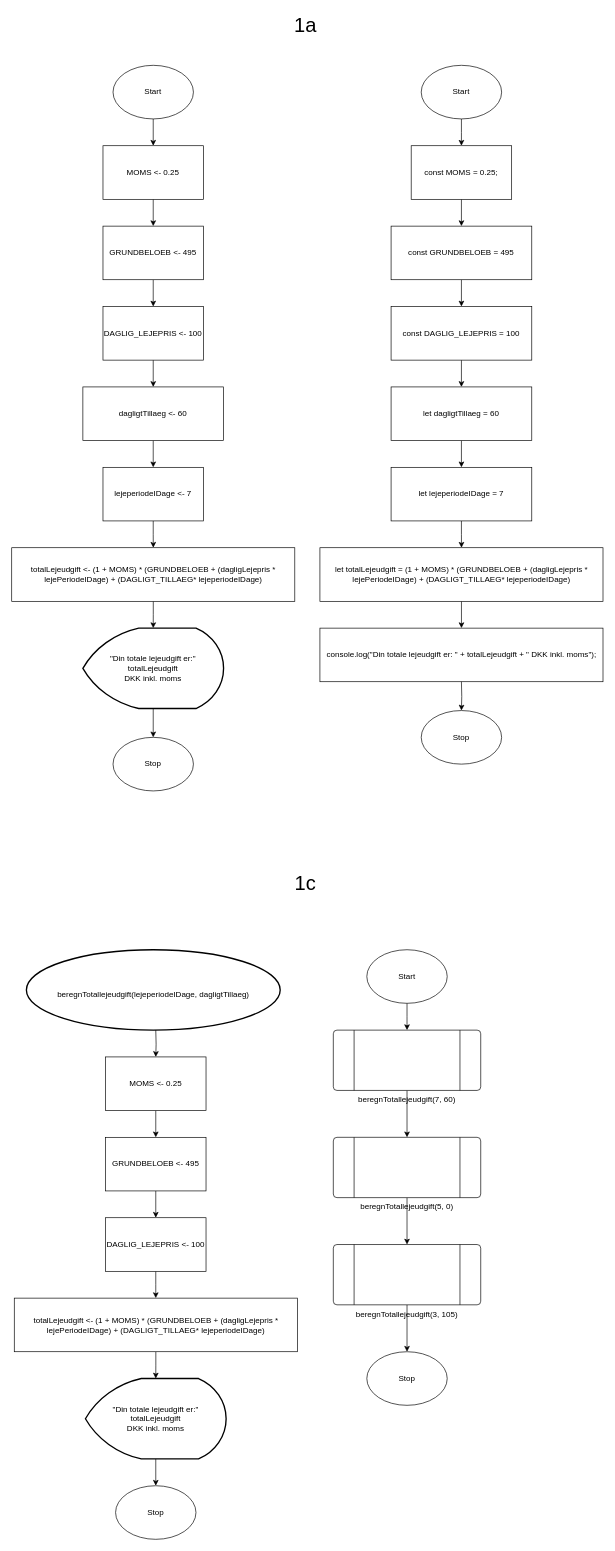
Earlier version of the draw.io diagram flowcharts/exercises/ex01.drawio (nooberfrombaldursgate/pro1). Source tidied: cells renumbered, new cells numbered last; positions are measured from the earlier drawing's top-left corner, leaving out a move shared by most shapes. Both pictures are drawn from the tidied source at 67%, with x=0, y=0 at pixel (11, 11).
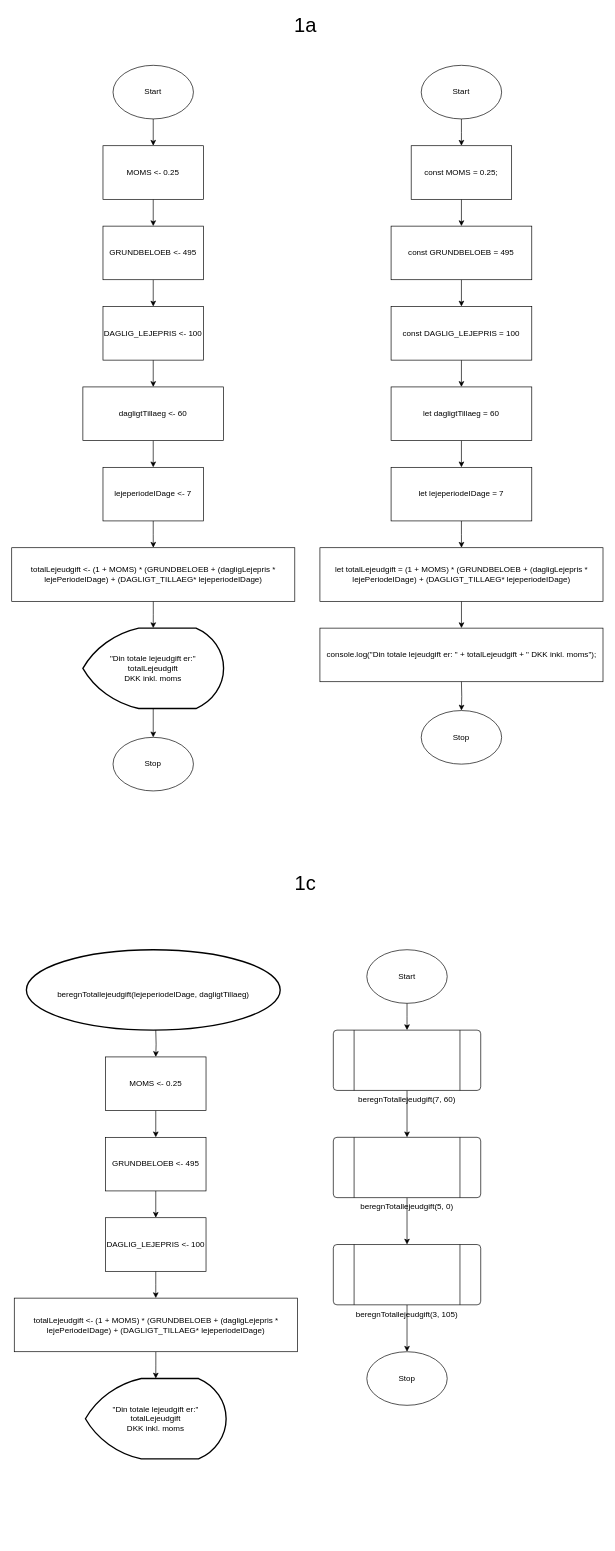
The same diagram, later.

The change refers to these unchanged cells:
```xml
<mxCell id="43" value="&lt;div&gt;&quot;Din totale lejeudgift er:&quot;&lt;/div&gt;&lt;div&gt;totalLejeudgift&lt;/div&gt;&lt;div&gt;DKK inkl. moms&lt;br&gt;&lt;/div&gt;" style="strokeWidth=2;html=1;shape=mxgraph.flowchart.display;whiteSpace=wrap;" parent="1" vertex="1">
  <mxGeometry x="110" y="2040" width="210" height="120" as="geometry" />
</mxCell>
```

The edit, as a diff of the source:
```diff
@@
-    <mxCell id="42" style="edgeStyle=orthogonalEdgeStyle;rounded=0;jettySize=auto;html=1;fontSize=30;" parent="1" edge="1" source="43" target="59">
-      <mxGeometry relative="1" as="geometry" />
-    </mxCell>
@@
-    <mxCell id="59" value="&lt;div&gt;Stop&lt;/div&gt;" style="ellipse;whiteSpace=wrap;html=1;" parent="1" vertex="1">
-      <mxGeometry x="155" y="2200" width="120" height="80" as="geometry" />
-    </mxCell>
```
